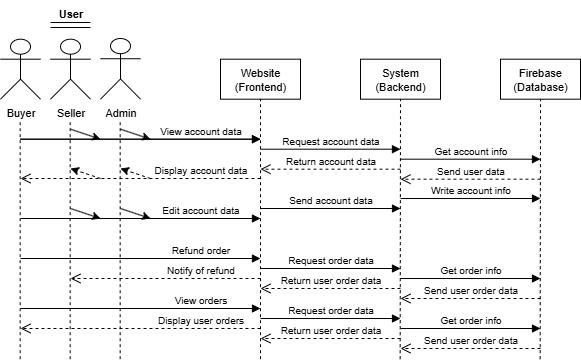
Above: SRS Documents/User Story Diagrams/Sequence Diagram - 9.png in TagReaper/CSE-4214-03-Lab-Project (draw.io), before the change. Source tidied: cells renumbered, new cells last; positions are measured from the earlier drawing's top-left corner, leaving out a move shared by most shapes.
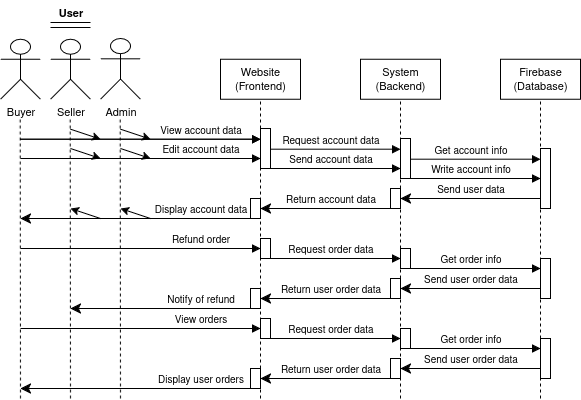
After the change.

Diff of the diagram source:
```diff
@@ -22,34 +22,34 @@
     </mxCell>
     <mxCell id="8" style="endArrow=none;dashed=1;html=1;rounded=0;strokeColor=default;align=center;verticalAlign=middle;fontFamily=Helvetica;fontSize=11;fontColor=default;labelBackgroundColor=default;entryX=0.5;entryY=1;entryDx=0;entryDy=0;" parent="1" edge="1" target="2">
       <mxGeometry relative="1" as="geometry">
-        <mxPoint x="260" y="358.7" as="sourcePoint" />
+        <mxPoint x="260" y="398" as="sourcePoint" />
       </mxGeometry>
     </mxCell>
     <mxCell id="9" style="endArrow=none;dashed=1;html=1;rounded=0;strokeColor=default;align=center;verticalAlign=middle;fontFamily=Helvetica;fontSize=11;fontColor=default;labelBackgroundColor=default;entryX=0.5;entryY=1;entryDx=0;entryDy=0;" parent="1" edge="1" target="3">
       <mxGeometry relative="1" as="geometry">
-        <mxPoint x="399.7" y="358.7" as="sourcePoint" />
+        <mxPoint x="400" y="398" as="sourcePoint" />
       </mxGeometry>
     </mxCell>
     <mxCell id="10" style="endArrow=none;dashed=1;html=1;rounded=0;strokeColor=default;align=center;verticalAlign=middle;fontFamily=Helvetica;fontSize=11;fontColor=default;labelBackgroundColor=default;entryX=0.5;entryY=1;entryDx=0;entryDy=0;" parent="1" edge="1" target="4">
       <mxGeometry relative="1" as="geometry">
-        <mxPoint x="539.7" y="358.7" as="sourcePoint" />
+        <mxPoint x="540" y="398" as="sourcePoint" />
       </mxGeometry>
     </mxCell>
     <mxCell id="11" style="endArrow=none;dashed=1;html=1;rounded=0;strokeColor=default;align=center;verticalAlign=middle;fontFamily=Helvetica;fontSize=11;fontColor=default;labelBackgroundColor=default;entryX=0.5;entryY=1;entryDx=0;entryDy=0;" parent="1" edge="1">
       <mxGeometry relative="1" as="geometry">
-        <mxPoint x="119.7" y="358.7" as="sourcePoint" />
+        <mxPoint x="120" y="398" as="sourcePoint" />
         <mxPoint x="119.7" y="118.7" as="targetPoint" />
       </mxGeometry>
     </mxCell>
     <mxCell id="12" style="endArrow=none;dashed=1;html=1;rounded=0;strokeColor=default;align=center;verticalAlign=middle;fontFamily=Helvetica;fontSize=11;fontColor=default;labelBackgroundColor=default;entryX=0.5;entryY=1;entryDx=0;entryDy=0;" parent="1" edge="1">
       <mxGeometry relative="1" as="geometry">
-        <mxPoint x="19.7" y="358.7" as="sourcePoint" />
+        <mxPoint x="20" y="398" as="sourcePoint" />
         <mxPoint x="19.7" y="118.7" as="targetPoint" />
       </mxGeometry>
     </mxCell>
     <mxCell id="13" style="endArrow=none;dashed=1;html=1;rounded=0;strokeColor=default;align=center;verticalAlign=middle;fontFamily=Helvetica;fontSize=11;fontColor=default;labelBackgroundColor=default;entryX=0.5;entryY=1;entryDx=0;entryDy=0;" parent="1" edge="1">
       <mxGeometry relative="1" as="geometry">
-        <mxPoint x="69.7" y="358.7" as="sourcePoint" />
+        <mxPoint x="70" y="398" as="sourcePoint" />
         <mxPoint x="69.7" y="118.7" as="targetPoint" />
       </mxGeometry>
     </mxCell>
@@ -93,73 +93,73 @@
         <mxPoint x="260" y="138.7" as="targetPoint" />
       </mxGeometry>
     </mxCell>
-    <mxCell id="20" value="&lt;font style=&quot;font-size: 10px;&quot;&gt;Send user data&lt;/font&gt;" style="html=1;verticalAlign=bottom;endArrow=open;dashed=1;endSize=8;curved=0;rounded=0;strokeColor=default;align=center;fontFamily=Helvetica;fontSize=11;fontColor=default;labelBackgroundColor=default;" parent="1" edge="1">
+    <mxCell id="20" value="&lt;font style=&quot;font-size: 10px;&quot;&gt;Send user data&lt;/font&gt;" style="html=1;verticalAlign=bottom;endArrow=classic;endSize=8;curved=0;rounded=0;strokeColor=default;align=center;fontFamily=Helvetica;fontSize=11;fontColor=default;labelBackgroundColor=default;endFill=1;" parent="1" edge="1">
       <mxGeometry relative="1" as="geometry">
-        <mxPoint x="540" y="178.7" as="sourcePoint" />
-        <mxPoint x="400" y="178.7" as="targetPoint" />
+        <mxPoint x="540" y="198" as="sourcePoint" />
+        <mxPoint x="400" y="198" as="targetPoint" />
       </mxGeometry>
     </mxCell>
-    <mxCell id="21" value="&lt;font style=&quot;font-size: 10px;&quot;&gt;Return account data&lt;/font&gt;" style="html=1;verticalAlign=bottom;endArrow=open;dashed=1;endSize=8;curved=0;rounded=0;strokeColor=default;align=center;fontFamily=Helvetica;fontSize=11;fontColor=default;labelBackgroundColor=default;" parent="1" edge="1">
+    <mxCell id="21" value="&lt;font style=&quot;font-size: 10px;&quot;&gt;Return account data&lt;/font&gt;" style="html=1;verticalAlign=bottom;endArrow=classic;endSize=8;curved=0;rounded=0;strokeColor=default;align=center;fontFamily=Helvetica;fontSize=11;fontColor=default;labelBackgroundColor=default;endFill=1;" parent="1" edge="1">
       <mxGeometry relative="1" as="geometry">
-        <mxPoint x="400" y="168.7" as="sourcePoint" />
-        <mxPoint x="260" y="168.7" as="targetPoint" />
+        <mxPoint x="400" y="208" as="sourcePoint" />
+        <mxPoint x="260" y="208" as="targetPoint" />
       </mxGeometry>
     </mxCell>
-    <mxCell id="22" value="&lt;font style=&quot;font-size: 10px;&quot;&gt;Display account data&lt;/font&gt;" style="html=1;verticalAlign=bottom;endArrow=open;dashed=1;endSize=8;curved=0;rounded=0;strokeColor=default;align=center;fontFamily=Helvetica;fontSize=11;fontColor=default;labelBackgroundColor=default;" parent="1" edge="1">
+    <mxCell id="22" value="&lt;font style=&quot;font-size: 10px;&quot;&gt;Display account data&lt;/font&gt;" style="html=1;verticalAlign=bottom;endArrow=classic;endSize=8;curved=0;rounded=0;strokeColor=default;align=center;fontFamily=Helvetica;fontSize=11;fontColor=default;labelBackgroundColor=default;endFill=1;" parent="1" edge="1">
       <mxGeometry x="-0.5" relative="1" as="geometry">
-        <mxPoint x="260" y="178" as="sourcePoint" />
-        <mxPoint x="20" y="178" as="targetPoint" />
+        <mxPoint x="260" y="218" as="sourcePoint" />
+        <mxPoint x="20" y="218" as="targetPoint" />
       </mxGeometry>
     </mxCell>
-    <mxCell id="23" style="endArrow=classic;html=1;rounded=0;strokeColor=default;align=center;verticalAlign=middle;fontFamily=Helvetica;fontSize=11;fontColor=default;labelBackgroundColor=default;dashed=1;" parent="1" edge="1">
+    <mxCell id="23" style="endArrow=classic;html=1;rounded=0;strokeColor=default;align=center;verticalAlign=middle;fontFamily=Helvetica;fontSize=11;fontColor=default;labelBackgroundColor=default;endFill=1;" parent="1" edge="1">
       <mxGeometry relative="1" as="geometry">
-        <mxPoint x="100" y="178" as="sourcePoint" />
-        <mxPoint x="70" y="168" as="targetPoint" />
+        <mxPoint x="100" y="218" as="sourcePoint" />
+        <mxPoint x="70" y="208" as="targetPoint" />
       </mxGeometry>
     </mxCell>
-    <mxCell id="24" style="endArrow=classic;html=1;rounded=0;strokeColor=default;align=center;verticalAlign=middle;fontFamily=Helvetica;fontSize=11;fontColor=default;labelBackgroundColor=default;dashed=1;" parent="1" edge="1">
+    <mxCell id="24" style="endArrow=classic;html=1;rounded=0;strokeColor=default;align=center;verticalAlign=middle;fontFamily=Helvetica;fontSize=11;fontColor=default;labelBackgroundColor=default;endFill=1;" parent="1" edge="1">
       <mxGeometry relative="1" as="geometry">
-        <mxPoint x="150" y="178" as="sourcePoint" />
-        <mxPoint x="120" y="168" as="targetPoint" />
+        <mxPoint x="150" y="218" as="sourcePoint" />
+        <mxPoint x="120" y="208" as="targetPoint" />
         <Array as="points">
-          <mxPoint x="150" y="178" />
+          <mxPoint x="150" y="218" />
         </Array>
       </mxGeometry>
     </mxCell>
     <mxCell id="25" value="&lt;font style=&quot;font-size: 10px;&quot;&gt;Request order data&lt;/font&gt;" style="html=1;verticalAlign=bottom;endArrow=block;curved=0;rounded=0;strokeColor=default;align=center;fontFamily=Helvetica;fontSize=11;fontColor=default;labelBackgroundColor=default;" parent="1" edge="1">
       <mxGeometry relative="1" as="geometry">
-        <mxPoint x="260" y="318" as="sourcePoint" />
-        <mxPoint x="400" y="318" as="targetPoint" />
+        <mxPoint x="260" y="338" as="sourcePoint" />
+        <mxPoint x="400" y="338" as="targetPoint" />
       </mxGeometry>
     </mxCell>
     <mxCell id="26" value="&lt;font style=&quot;font-size: 10px;&quot;&gt;Get order info&lt;/font&gt;" style="html=1;verticalAlign=bottom;endArrow=block;curved=0;rounded=0;strokeColor=default;align=center;fontFamily=Helvetica;fontSize=11;fontColor=default;labelBackgroundColor=default;" parent="1" edge="1">
       <mxGeometry relative="1" as="geometry">
-        <mxPoint x="400" y="328" as="sourcePoint" />
-        <mxPoint x="540" y="328" as="targetPoint" />
+        <mxPoint x="400" y="348" as="sourcePoint" />
+        <mxPoint x="540" y="348" as="targetPoint" />
       </mxGeometry>
     </mxCell>
     <mxCell id="27" value="&lt;font style=&quot;font-size: 10px;&quot;&gt;View orders&lt;/font&gt;" style="html=1;verticalAlign=bottom;endArrow=block;curved=0;rounded=0;strokeColor=default;align=center;fontFamily=Helvetica;fontSize=11;fontColor=default;labelBackgroundColor=default;" parent="1" edge="1">
       <mxGeometry x="0.5" relative="1" as="geometry">
-        <mxPoint x="20" y="308" as="sourcePoint" />
-        <mxPoint x="260" y="308" as="targetPoint" />
+        <mxPoint x="20" y="328" as="sourcePoint" />
+        <mxPoint x="260" y="328" as="targetPoint" />
       </mxGeometry>
     </mxCell>
-    <mxCell id="28" value="&lt;font style=&quot;font-size: 10px;&quot;&gt;Send user order data&lt;/font&gt;" style="html=1;verticalAlign=bottom;endArrow=open;dashed=1;endSize=8;curved=0;rounded=0;strokeColor=default;align=center;fontFamily=Helvetica;fontSize=11;fontColor=default;labelBackgroundColor=default;" parent="1" edge="1">
+    <mxCell id="28" value="&lt;font style=&quot;font-size: 10px;&quot;&gt;Send user order data&lt;/font&gt;" style="html=1;verticalAlign=bottom;endArrow=classic;endSize=8;curved=0;rounded=0;strokeColor=default;align=center;fontFamily=Helvetica;fontSize=11;fontColor=default;labelBackgroundColor=default;endFill=1;" parent="1" edge="1">
       <mxGeometry relative="1" as="geometry">
-        <mxPoint x="540" y="348" as="sourcePoint" />
-        <mxPoint x="400" y="348" as="targetPoint" />
+        <mxPoint x="540" y="368" as="sourcePoint" />
+        <mxPoint x="400" y="368" as="targetPoint" />
       </mxGeometry>
     </mxCell>
-    <mxCell id="29" value="&lt;font style=&quot;font-size: 10px;&quot;&gt;Return user order data&lt;/font&gt;" style="html=1;verticalAlign=bottom;endArrow=open;dashed=1;endSize=8;curved=0;rounded=0;strokeColor=default;align=center;fontFamily=Helvetica;fontSize=11;fontColor=default;labelBackgroundColor=default;" parent="1" edge="1">
+    <mxCell id="29" value="&lt;font style=&quot;font-size: 10px;&quot;&gt;Return user order data&lt;/font&gt;" style="html=1;verticalAlign=bottom;endArrow=classic;endSize=8;curved=0;rounded=0;strokeColor=default;align=center;fontFamily=Helvetica;fontSize=11;fontColor=default;labelBackgroundColor=default;endFill=1;" parent="1" edge="1">
       <mxGeometry relative="1" as="geometry">
-        <mxPoint x="400" y="338" as="sourcePoint" />
-        <mxPoint x="260" y="338" as="targetPoint" />
+        <mxPoint x="400" y="378" as="sourcePoint" />
+        <mxPoint x="260" y="378" as="targetPoint" />
       </mxGeometry>
     </mxCell>
-    <mxCell id="30" value="&lt;font style=&quot;font-size: 10px;&quot;&gt;Display user orders&lt;/font&gt;" style="html=1;verticalAlign=bottom;endArrow=open;dashed=1;endSize=8;curved=0;rounded=0;strokeColor=default;align=center;fontFamily=Helvetica;fontSize=11;fontColor=default;labelBackgroundColor=default;" parent="1" edge="1">
+    <mxCell id="30" value="&lt;font style=&quot;font-size: 10px;&quot;&gt;Display user orders&lt;/font&gt;" style="html=1;verticalAlign=bottom;endArrow=classic;endSize=8;curved=0;rounded=0;strokeColor=default;align=center;fontFamily=Helvetica;fontSize=11;fontColor=default;labelBackgroundColor=default;endFill=1;" parent="1" edge="1">
       <mxGeometry x="-0.5" relative="1" as="geometry">
-        <mxPoint x="260" y="328" as="sourcePoint" />
-        <mxPoint x="20" y="328" as="targetPoint" />
+        <mxPoint x="260" y="388" as="sourcePoint" />
+        <mxPoint x="20" y="388" as="targetPoint" />
       </mxGeometry>
     </mxCell>
     <mxCell id="31" style="line;strokeWidth=1;fillColor=none;align=left;verticalAlign=middle;spacingTop=-1;spacingLeft=3;spacingRight=3;labelPosition=right;strokeColor=inherit;fontFamily=Helvetica;fontSize=11;fontColor=default;labelBackgroundColor=default;" parent="1" vertex="1">
@@ -173,69 +173,114 @@
     </mxCell>
     <mxCell id="34" value="&lt;font style=&quot;font-size: 10px;&quot;&gt;Send account data&lt;/font&gt;" style="html=1;verticalAlign=bottom;endArrow=block;curved=0;rounded=0;strokeColor=default;align=center;fontFamily=Helvetica;fontSize=11;fontColor=default;labelBackgroundColor=default;" parent="1" edge="1">
       <mxGeometry relative="1" as="geometry">
-        <mxPoint x="260" y="208" as="sourcePoint" />
-        <mxPoint x="400" y="208" as="targetPoint" />
+        <mxPoint x="260" y="168" as="sourcePoint" />
+        <mxPoint x="400" y="168" as="targetPoint" />
       </mxGeometry>
     </mxCell>
     <mxCell id="35" style="endArrow=classic;html=1;rounded=0;strokeColor=default;align=center;verticalAlign=middle;fontFamily=Helvetica;fontSize=11;fontColor=default;labelBackgroundColor=default;" parent="1" edge="1">
       <mxGeometry relative="1" as="geometry">
-        <mxPoint x="70" y="208" as="sourcePoint" />
-        <mxPoint x="100" y="218" as="targetPoint" />
+        <mxPoint x="70" y="148" as="sourcePoint" />
+        <mxPoint x="100" y="158" as="targetPoint" />
       </mxGeometry>
     </mxCell>
     <mxCell id="36" style="endArrow=classic;html=1;rounded=0;strokeColor=default;align=center;verticalAlign=middle;fontFamily=Helvetica;fontSize=11;fontColor=default;labelBackgroundColor=default;" parent="1" edge="1">
       <mxGeometry relative="1" as="geometry">
-        <mxPoint x="120" y="208" as="sourcePoint" />
-        <mxPoint x="150" y="218" as="targetPoint" />
+        <mxPoint x="120" y="148" as="sourcePoint" />
+        <mxPoint x="150" y="158" as="targetPoint" />
       </mxGeometry>
     </mxCell>
     <mxCell id="37" value="&lt;font style=&quot;font-size: 10px;&quot;&gt;Write account info&lt;/font&gt;" style="html=1;verticalAlign=bottom;endArrow=block;curved=0;rounded=0;strokeColor=default;align=center;fontFamily=Helvetica;fontSize=11;fontColor=default;labelBackgroundColor=default;" parent="1" edge="1">
       <mxGeometry relative="1" as="geometry">
-        <mxPoint x="400" y="198" as="sourcePoint" />
-        <mxPoint x="540" y="198" as="targetPoint" />
+        <mxPoint x="400" y="178" as="sourcePoint" />
+        <mxPoint x="540" y="178" as="targetPoint" />
       </mxGeometry>
     </mxCell>
     <mxCell id="38" value="&lt;font style=&quot;font-size: 10px;&quot;&gt;Edit account data&lt;/font&gt;" style="html=1;verticalAlign=bottom;endArrow=block;curved=0;rounded=0;strokeColor=default;align=center;fontFamily=Helvetica;fontSize=11;fontColor=default;labelBackgroundColor=default;" parent="1" edge="1">
       <mxGeometry x="0.5" relative="1" as="geometry">
-        <mxPoint x="20" y="218" as="sourcePoint" />
-        <mxPoint x="260" y="218" as="targetPoint" />
+        <mxPoint x="20" y="158" as="sourcePoint" />
+        <mxPoint x="260" y="158" as="targetPoint" />
       </mxGeometry>
     </mxCell>
     <mxCell id="39" value="&lt;font style=&quot;font-size: 10px;&quot;&gt;Request order data&lt;/font&gt;" style="html=1;verticalAlign=bottom;endArrow=block;curved=0;rounded=0;strokeColor=default;align=center;fontFamily=Helvetica;fontSize=11;fontColor=default;labelBackgroundColor=default;" parent="1" edge="1">
       <mxGeometry relative="1" as="geometry">
-        <mxPoint x="260" y="268" as="sourcePoint" />
-        <mxPoint x="400" y="268" as="targetPoint" />
+        <mxPoint x="260" y="258" as="sourcePoint" />
+        <mxPoint x="400" y="258" as="targetPoint" />
       </mxGeometry>
     </mxCell>
     <mxCell id="40" value="&lt;font style=&quot;font-size: 10px;&quot;&gt;Get order info&lt;/font&gt;" style="html=1;verticalAlign=bottom;endArrow=block;curved=0;rounded=0;strokeColor=default;align=center;fontFamily=Helvetica;fontSize=11;fontColor=default;labelBackgroundColor=default;" parent="1" edge="1">
       <mxGeometry relative="1" as="geometry">
-        <mxPoint x="400" y="278" as="sourcePoint" />
-        <mxPoint x="540" y="278" as="targetPoint" />
+        <mxPoint x="400" y="268" as="sourcePoint" />
+        <mxPoint x="540" y="268" as="targetPoint" />
       </mxGeometry>
     </mxCell>
     <mxCell id="41" value="&lt;font style=&quot;font-size: 10px;&quot;&gt;Refund order&lt;/font&gt;" style="html=1;verticalAlign=bottom;endArrow=block;curved=0;rounded=0;strokeColor=default;align=center;fontFamily=Helvetica;fontSize=11;fontColor=default;labelBackgroundColor=default;" parent="1" edge="1">
       <mxGeometry x="0.5" relative="1" as="geometry">
-        <mxPoint x="20" y="258" as="sourcePoint" />
-        <mxPoint x="260" y="258" as="targetPoint" />
+        <mxPoint x="20" y="248" as="sourcePoint" />
+        <mxPoint x="260" y="248" as="targetPoint" />
       </mxGeometry>
     </mxCell>
-    <mxCell id="42" value="&lt;font style=&quot;font-size: 10px;&quot;&gt;Send user order data&lt;/font&gt;" style="html=1;verticalAlign=bottom;endArrow=open;dashed=1;endSize=8;curved=0;rounded=0;strokeColor=default;align=center;fontFamily=Helvetica;fontSize=11;fontColor=default;labelBackgroundColor=default;" parent="1" edge="1">
+    <mxCell id="42" value="&lt;font style=&quot;font-size: 10px;&quot;&gt;Send user order data&lt;/font&gt;" style="html=1;verticalAlign=bottom;endArrow=classic;endSize=8;curved=0;rounded=0;strokeColor=default;align=center;fontFamily=Helvetica;fontSize=11;fontColor=default;labelBackgroundColor=default;endFill=1;" parent="1" edge="1">
       <mxGeometry relative="1" as="geometry">
-        <mxPoint x="540" y="298" as="sourcePoint" />
-        <mxPoint x="400" y="298" as="targetPoint" />
+        <mxPoint x="540" y="288" as="sourcePoint" />
+        <mxPoint x="400" y="288" as="targetPoint" />
       </mxGeometry>
     </mxCell>
-    <mxCell id="43" value="&lt;font style=&quot;font-size: 10px;&quot;&gt;Return user order data&lt;/font&gt;" style="html=1;verticalAlign=bottom;endArrow=open;dashed=1;endSize=8;curved=0;rounded=0;strokeColor=default;align=center;fontFamily=Helvetica;fontSize=11;fontColor=default;labelBackgroundColor=default;" parent="1" edge="1">
+    <mxCell id="43" value="&lt;font style=&quot;font-size: 10px;&quot;&gt;Return user order data&lt;/font&gt;" style="html=1;verticalAlign=bottom;endArrow=classic;endSize=8;curved=0;rounded=0;strokeColor=default;align=center;fontFamily=Helvetica;fontSize=11;fontColor=default;labelBackgroundColor=default;endFill=1;" parent="1" edge="1">
       <mxGeometry relative="1" as="geometry">
-        <mxPoint x="400" y="288" as="sourcePoint" />
-        <mxPoint x="260" y="288" as="targetPoint" />
+        <mxPoint x="400" y="298" as="sourcePoint" />
+        <mxPoint x="260" y="298" as="targetPoint" />
       </mxGeometry>
     </mxCell>
-    <mxCell id="44" value="&lt;font style=&quot;font-size: 10px;&quot;&gt;Notify of refund&lt;/font&gt;" style="html=1;verticalAlign=bottom;endArrow=open;dashed=1;endSize=8;curved=0;rounded=0;strokeColor=default;align=center;fontFamily=Helvetica;fontSize=11;fontColor=default;labelBackgroundColor=default;" parent="1" edge="1">
+    <mxCell id="44" value="&lt;font style=&quot;font-size: 10px;&quot;&gt;Notify of refund&lt;/font&gt;" style="html=1;verticalAlign=bottom;endArrow=classic;endSize=8;curved=0;rounded=0;strokeColor=default;align=center;fontFamily=Helvetica;fontSize=11;fontColor=default;labelBackgroundColor=default;endFill=1;" parent="1" edge="1">
       <mxGeometry x="-0.37" relative="1" as="geometry">
-        <mxPoint x="260" y="278" as="sourcePoint" />
-        <mxPoint x="70" y="278" as="targetPoint" />
+        <mxPoint x="260" y="308" as="sourcePoint" />
+        <mxPoint x="70" y="308" as="targetPoint" />
       </mxGeometry>
     </mxCell>
+    <mxCell id="45" style="rounded=0;whiteSpace=wrap;html=1;" parent="1" vertex="1">
+      <mxGeometry x="260" y="128" width="10" height="40" as="geometry" />
+    </mxCell>
+    <mxCell id="46" style="rounded=0;whiteSpace=wrap;html=1;" parent="1" vertex="1">
+      <mxGeometry x="400" y="138" width="10" height="40" as="geometry" />
+    </mxCell>
+    <mxCell id="47" style="rounded=0;whiteSpace=wrap;html=1;" parent="1" vertex="1">
+      <mxGeometry x="540" y="148" width="10" height="60" as="geometry" />
+    </mxCell>
+    <mxCell id="48" style="rounded=0;whiteSpace=wrap;html=1;" parent="1" vertex="1">
+      <mxGeometry x="390" y="188" width="10" height="20" as="geometry" />
+    </mxCell>
+    <mxCell id="49" style="rounded=0;whiteSpace=wrap;html=1;" parent="1" vertex="1">
+      <mxGeometry x="250" y="198" width="10" height="20" as="geometry" />
+    </mxCell>
+    <mxCell id="50" style="rounded=0;whiteSpace=wrap;html=1;" parent="1" vertex="1">
+      <mxGeometry x="260" y="238" width="10" height="20" as="geometry" />
+    </mxCell>
+    <mxCell id="51" style="rounded=0;whiteSpace=wrap;html=1;" parent="1" vertex="1">
+      <mxGeometry x="400" y="248" width="10" height="20" as="geometry" />
+    </mxCell>
+    <mxCell id="52" style="rounded=0;whiteSpace=wrap;html=1;" parent="1" vertex="1">
+      <mxGeometry x="540" y="258" width="10" height="40" as="geometry" />
+    </mxCell>
+    <mxCell id="53" style="rounded=0;whiteSpace=wrap;html=1;" parent="1" vertex="1">
+      <mxGeometry x="390" y="278" width="10" height="20" as="geometry" />
+    </mxCell>
+    <mxCell id="54" style="rounded=0;whiteSpace=wrap;html=1;" parent="1" vertex="1">
+      <mxGeometry x="250" y="288" width="10" height="20" as="geometry" />
+    </mxCell>
+    <mxCell id="55" style="rounded=0;whiteSpace=wrap;html=1;" parent="1" vertex="1">
+      <mxGeometry x="260" y="318" width="10" height="20" as="geometry" />
+    </mxCell>
+    <mxCell id="56" style="rounded=0;whiteSpace=wrap;html=1;" parent="1" vertex="1">
+      <mxGeometry x="400" y="328" width="10" height="20" as="geometry" />
+    </mxCell>
+    <mxCell id="57" style="rounded=0;whiteSpace=wrap;html=1;" parent="1" vertex="1">
+      <mxGeometry x="540" y="338" width="10" height="40" as="geometry" />
+    </mxCell>
+    <mxCell id="58" style="rounded=0;whiteSpace=wrap;html=1;" parent="1" vertex="1">
+      <mxGeometry x="390" y="358" width="10" height="20" as="geometry" />
+    </mxCell>
+    <mxCell id="59" style="rounded=0;whiteSpace=wrap;html=1;" parent="1" vertex="1">
+      <mxGeometry x="250" y="368" width="10" height="20" as="geometry" />
+    </mxCell>
   </root>
 </mxGraphModel>
```
